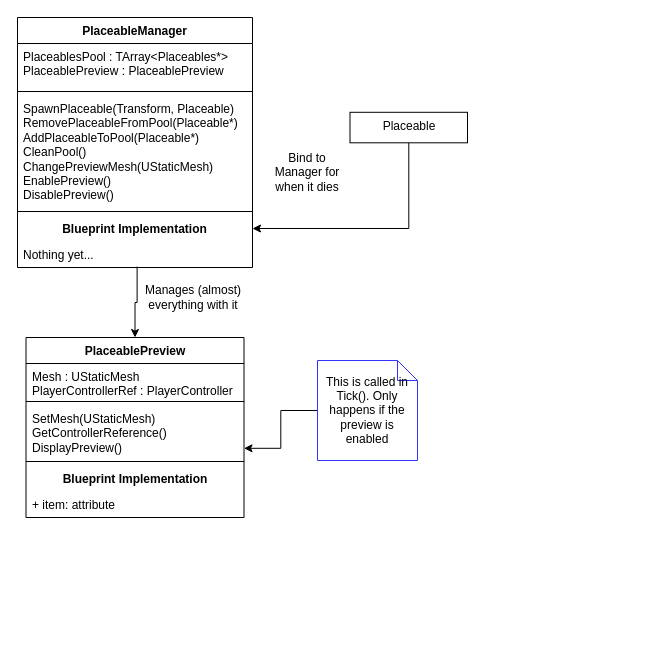
Before: Design/PlaceableManagerDesign.drawio in Edge321/DragonsDefense_v2, a draw.io diagram. Source tidied: cells renumbered, new cells numbered last; positions are measured from the earlier drawing's top-left corner, leaving out a move shared by most shapes. Both pictures are drawn from the tidied source at 100%, with x=0, y=0 at pixel (17, 17).
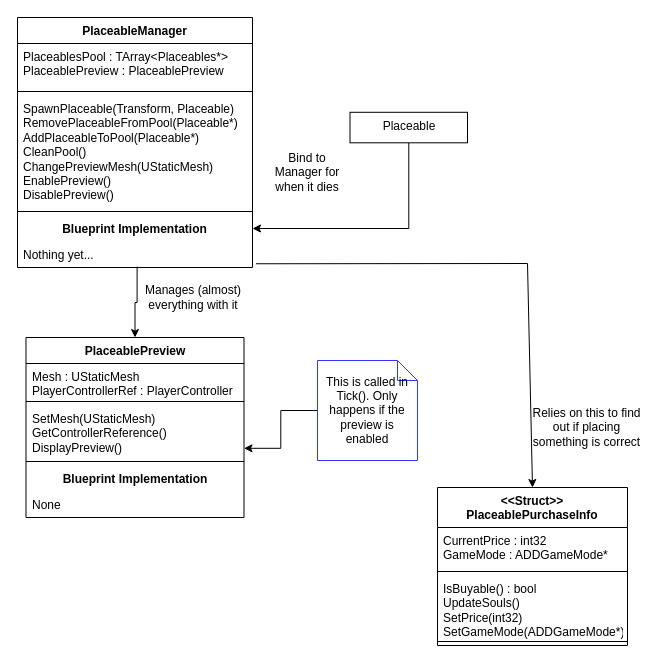
The same page after the edit.

The change refers to these unchanged cells:
```xml
<mxCell id="8" value="Nothing yet..." style="text;strokeColor=none;fillColor=none;align=left;verticalAlign=top;spacingLeft=4;spacingRight=4;overflow=hidden;points=[[0,0.5],[1,0.5]];portConstraint=eastwest;whiteSpace=wrap;html=1;" parent="2" vertex="1">
  <mxGeometry y="224" width="235" height="26" as="geometry" />
</mxCell>
<mxCell id="12" value="PlaceablePreview" style="swimlane;fontStyle=1;align=center;verticalAlign=top;horizontal=1;startSize=26;whiteSpace=wrap;html=1;" parent="1" vertex="1">
  <mxGeometry x="8.5" y="320" width="218" height="180" as="geometry" />
</mxCell>
```

What changed in the source:
```diff
@@
-    <mxCell id="18" value="+ item: attribute" style="text;strokeColor=none;fillColor=none;align=left;verticalAlign=top;spacingLeft=4;spacingRight=4;overflow=hidden;whiteSpace=wrap;html=1;" parent="12" vertex="1">
+    <mxCell id="18" value="None" style="text;strokeColor=none;fillColor=none;align=left;verticalAlign=top;spacingLeft=4;spacingRight=4;overflow=hidden;whiteSpace=wrap;html=1;" parent="12" vertex="1">
       <mxGeometry y="154" width="218" height="26" as="geometry" />
     </mxCell>
@@
+    <mxCell id="23" style="endArrow=classic;html=1;rounded=0;exitX=1.015;exitY=0.857;exitDx=0;exitDy=0;exitPerimeter=0;entryX=0.5;entryY=0;entryDx=0;entryDy=0;" parent="1" edge="1" source="8" target="24">
+      <mxGeometry relative="1" as="geometry">
+        <Array as="points">
+          <mxPoint x="510" y="246" />
+        </Array>
+      </mxGeometry>
+    </mxCell>
+    <mxCell id="24" value="&amp;lt;&amp;lt;Struct&amp;gt;&amp;gt;&lt;br&gt;PlaceablePurchaseInfo" style="swimlane;fontStyle=1;align=center;verticalAlign=top;horizontal=1;startSize=40;whiteSpace=wrap;html=1;" parent="1" vertex="1">
+      <mxGeometry x="420" y="470" width="190" height="158" as="geometry" />
+    </mxCell>
+    <mxCell id="25" value="CurrentPrice : int32&lt;div&gt;GameMode : ADDGameMode*&lt;/div&gt;&lt;div&gt;&lt;br&gt;&lt;/div&gt;" style="text;strokeColor=none;fillColor=none;align=left;verticalAlign=top;spacingLeft=4;spacingRight=4;overflow=hidden;whiteSpace=wrap;html=1;" parent="24" vertex="1">
+      <mxGeometry y="40" width="190" height="40" as="geometry" />
+    </mxCell>
+    <mxCell id="26" style="line;strokeWidth=1;fillColor=none;align=left;verticalAlign=middle;spacingTop=-1;spacingLeft=3;spacingRight=3;labelPosition=right;strokeColor=inherit;" parent="24" vertex="1">
+      <mxGeometry y="80" width="190" height="8" as="geometry" />
+    </mxCell>
+    <mxCell id="27" value="IsBuyable() : bool&lt;br&gt;UpdateSouls()&lt;br&gt;SetPrice(int32)&lt;br&gt;SetGameMode(ADDGameMode*)" style="text;strokeColor=none;fillColor=none;align=left;verticalAlign=top;spacingLeft=4;spacingRight=4;overflow=hidden;whiteSpace=wrap;html=1;" parent="24" vertex="1">
+      <mxGeometry y="88" width="190" height="62" as="geometry" />
+    </mxCell>
+    <mxCell id="28" style="line;strokeWidth=1;fillColor=none;align=left;verticalAlign=middle;spacingTop=-1;spacingLeft=3;spacingRight=3;labelPosition=right;strokeColor=inherit;" parent="24" vertex="1">
+      <mxGeometry y="150" width="190" height="8" as="geometry" />
+    </mxCell>
+    <mxCell id="29" value="Relies on this to find out if placing something is correct" style="text;html=1;align=center;verticalAlign=middle;whiteSpace=wrap;rounded=0;" parent="1" vertex="1">
+      <mxGeometry x="510" y="380" width="119" height="60" as="geometry" />
+    </mxCell>
```
